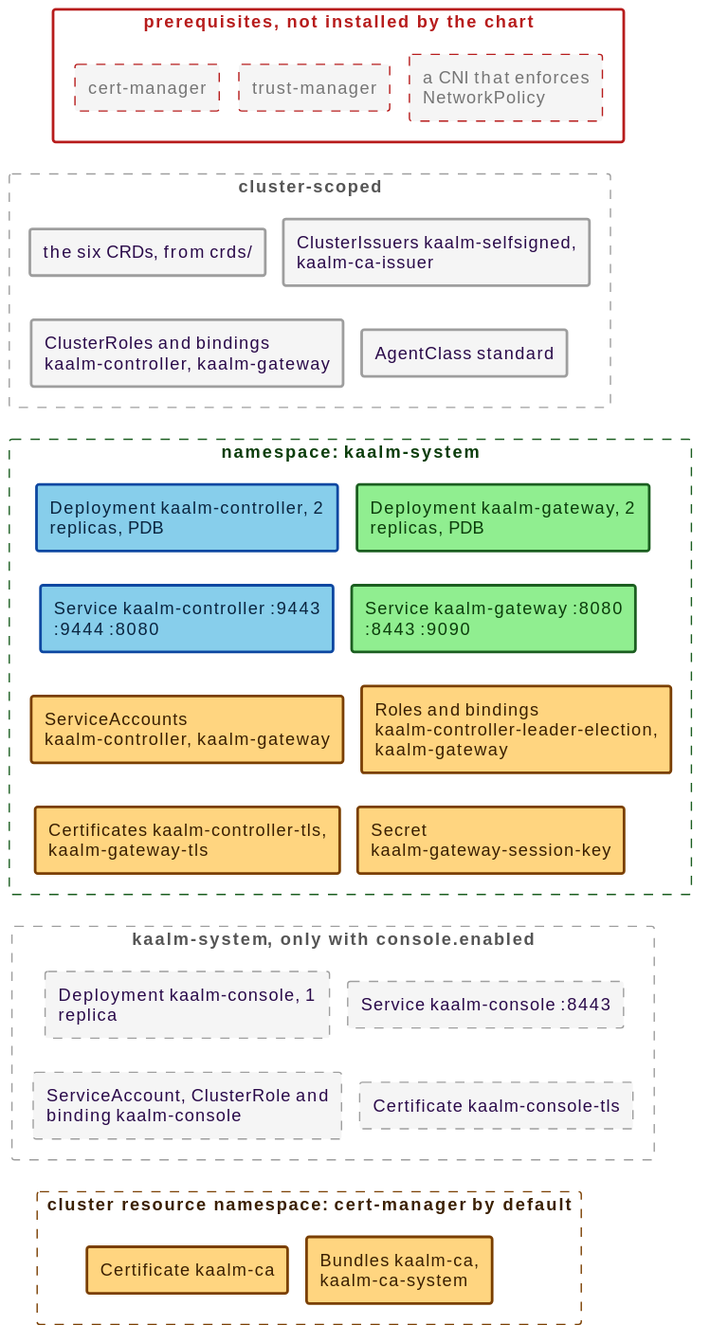
win07xp/kaalm keeps this PlantUML diagram as guide/src/diagrams/helm-install-inventory.svg. Above is the earlier version.
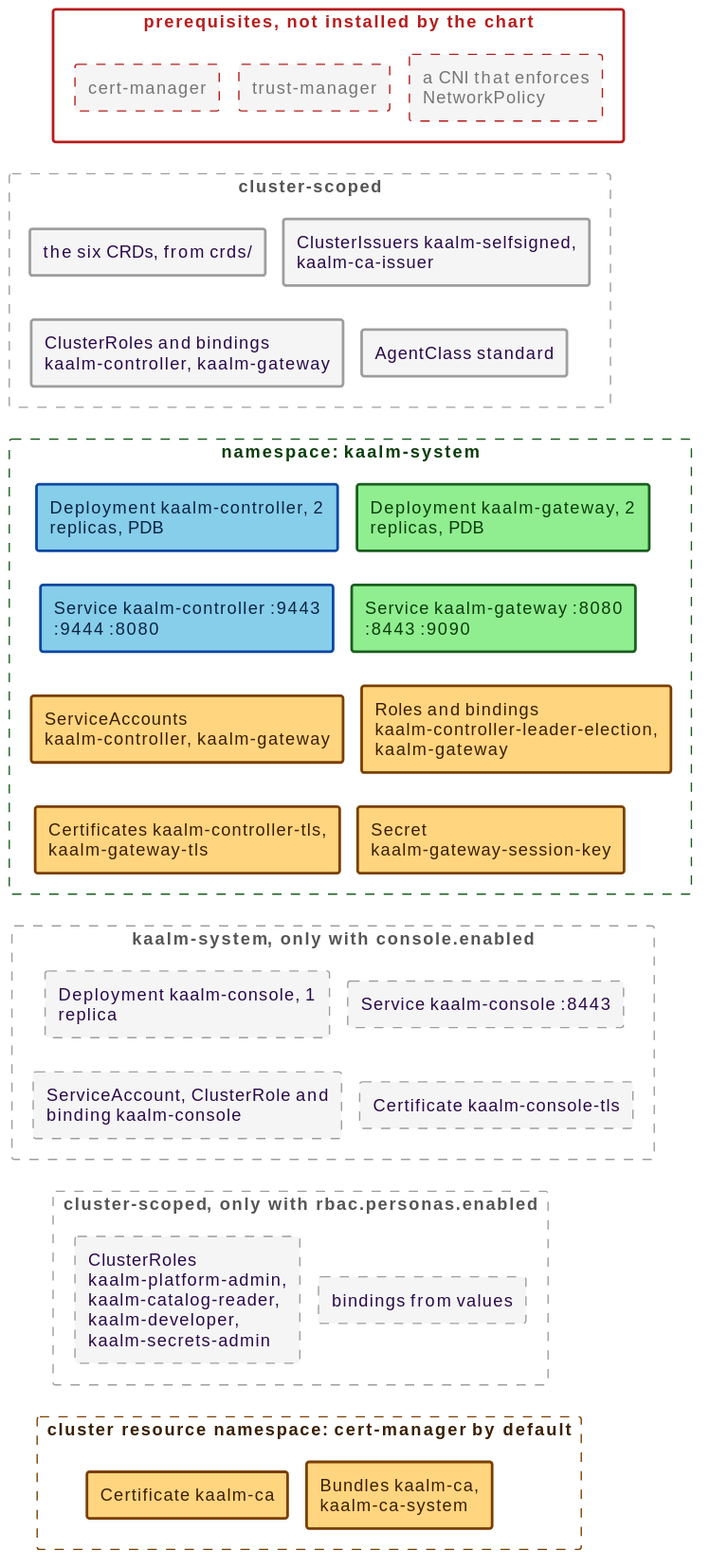
Above is the later version.

Commit message:
docs(rbac): describe the chart's opt-in persona roles

Diff of the diagram source:
```diff
@@ -32,6 +32,10 @@
   rectangle "ServiceAccount, ClusterRole and binding kaalm-console" as rbcon #back:F5F5F5;line:9E9E9E;line.dashed;text:2a0a4a
   rectangle "Certificate kaalm-console-tls" as certcon #back:F5F5F5;line:9E9E9E;line.dashed;text:2a0a4a
 }
+rectangle "**cluster-scoped**, only with rbac.personas.enabled" as nsper #line:9E9E9E;line.dashed;text:555555 {
+  rectangle "ClusterRoles kaalm-platform-admin, kaalm-catalog-reader, kaalm-developer, kaalm-secrets-admin" as perroles #back:F5F5F5;line:9E9E9E;line.dashed;text:2a0a4a
+  rectangle "bindings from values" as perbind #back:F5F5F5;line:9E9E9E;line.dashed;text:2a0a4a
+}
 rectangle "cluster resource namespace: **cert-manager** by default" as nscm #line:7a3f00;line.dashed;text:3a1f00 {
   rectangle "Certificate kaalm-ca" as cacert #back:FFD580;line:7a3f00;line.bold;text:3a1f00
   rectangle "Bundles kaalm-ca, kaalm-ca-system" as bundle #back:FFD580;line:7a3f00;line.bold;text:3a1f00
@@ -55,5 +59,7 @@
 pcm -[hidden]down- crds
 clusterroles -[hidden]down- dctrl
 leafcerts -[hidden]down- dcon
-rbcon -[hidden]down- cacert
+rbcon -[hidden]down- perroles
+perroles -[hidden]right- perbind
+perroles -[hidden]down- cacert
 @enduml
```
